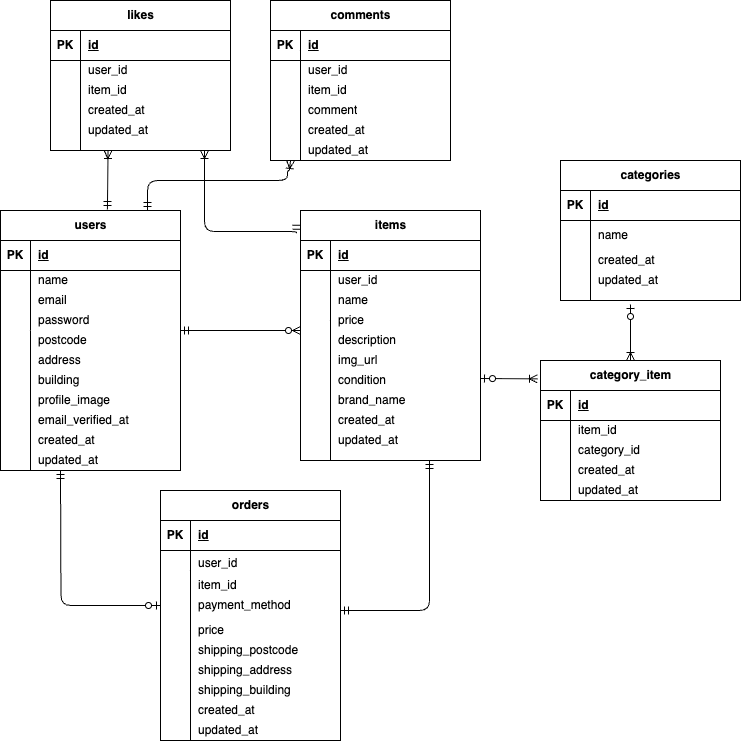
Above: docs/er.drawio.png in nako-75/flea-market (draw.io), before the change. Source tidied: cells renumbered, new cells last; positions are measured from the earlier drawing's top-left corner, leaving out a move shared by most shapes.
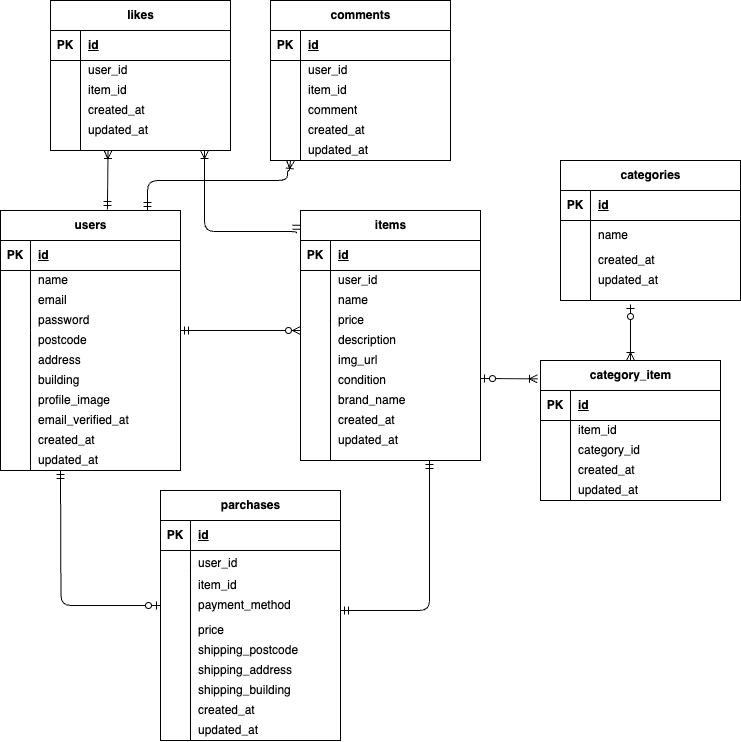
The same diagram one commit later.

Change to the diagram source:
```diff
@@ -119,7 +119,7 @@
     <mxCell id="40" style="shape=partialRectangle;fillColor=none;top=0;left=0;bottom=0;right=0;align=left;spacingLeft=6;overflow=hidden;whiteSpace=wrap;html=1;" parent="38" vertex="1">
       <mxGeometry x="30" width="150" height="20" as="geometry" />
     </mxCell>
-    <mxCell id="41" value="orders" style="shape=table;startSize=30;rowLines=0;fontStyle=1;align=center;html=1;" parent="1" vertex="1">
+    <mxCell id="41" value="parchases" style="shape=table;startSize=30;rowLines=0;fontStyle=1;align=center;html=1;" parent="1" vertex="1">
       <mxGeometry x="160" y="490" width="180" height="250" as="geometry" />
     </mxCell>
     <mxCell id="42" style="shape=tableRow;horizontal=0;startSize=0;swimlaneHead=0;swimlaneBody=0;fillColor=none;top=0;left=0;right=0;bottom=1;" parent="41" vertex="1">
```
